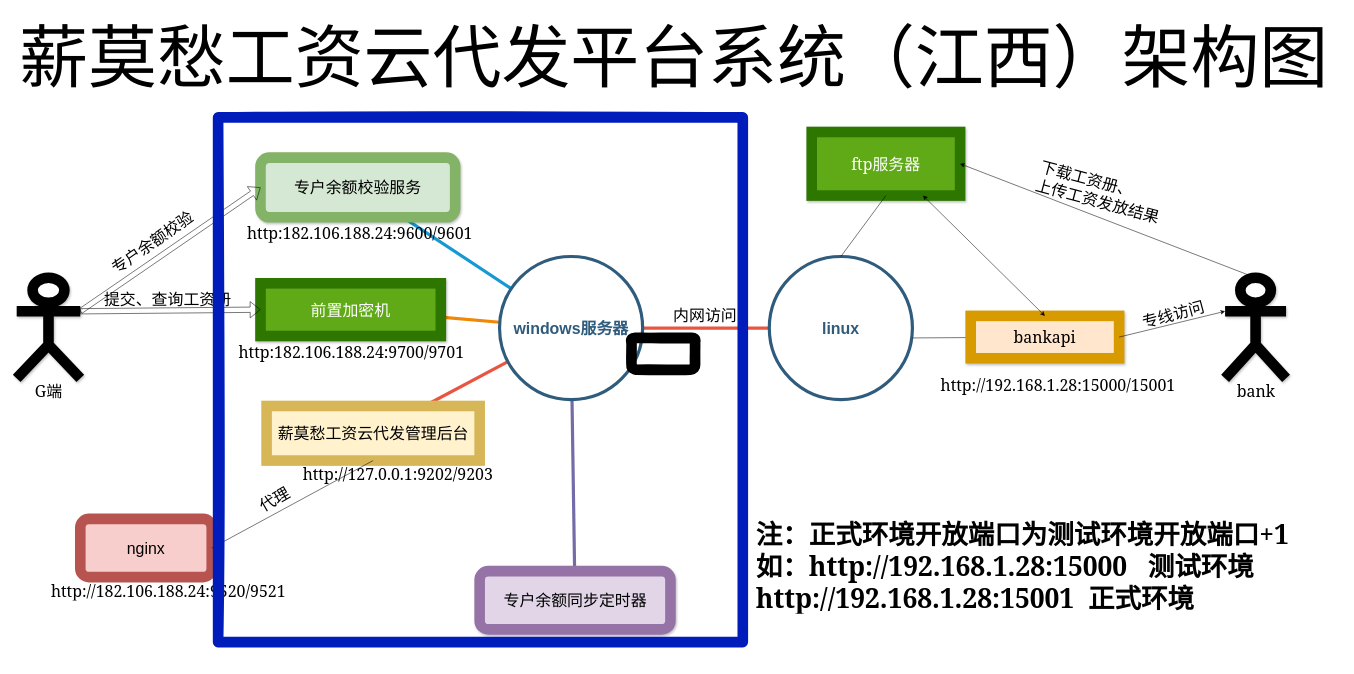
jun7891/test01 keeps this draw.io diagram as Untitled Diagram.drawio. Above is the earlier version. Source tidied: cells renumbered, new cells numbered last; positions are measured from the earlier drawing's top-left corner, leaving out a move shared by most shapes. Both pictures are drawn from the tidied source at 53%, with x=0, y=0 at pixel (16, 20).
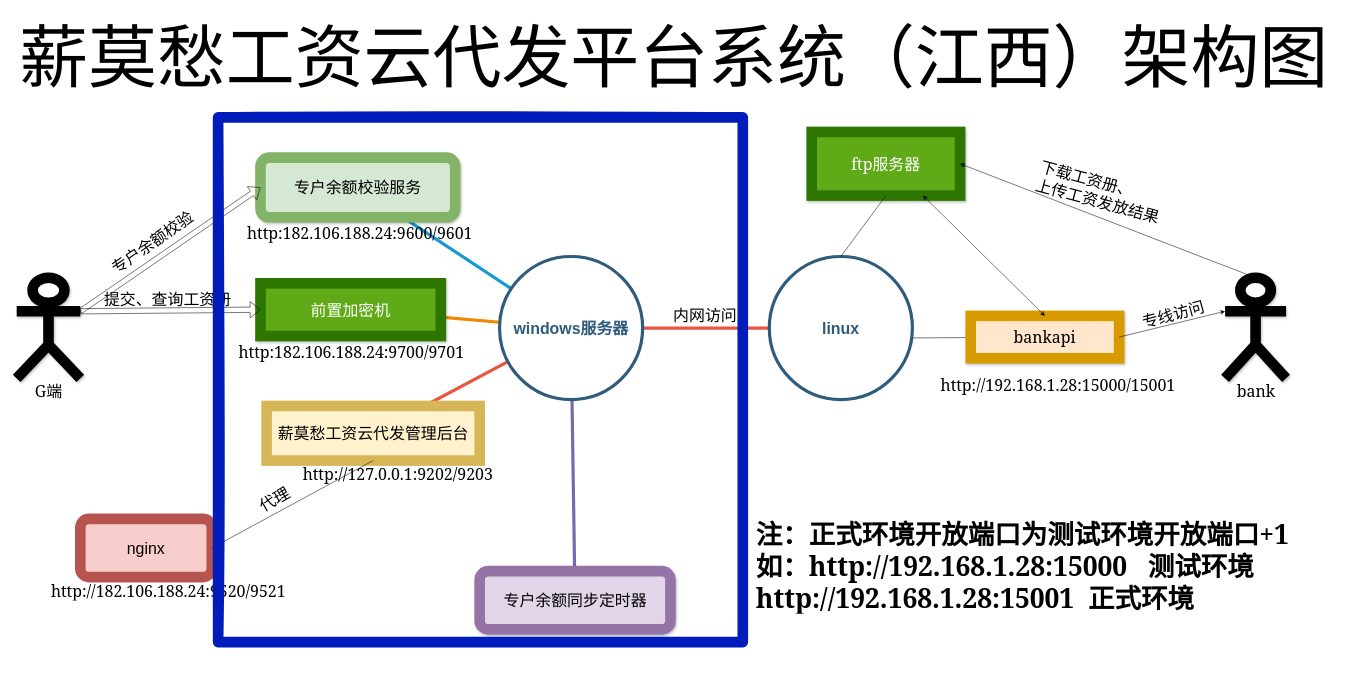
After the change.

The edit, as a diff of the source:
```diff
@@
-    <mxCell id="40" style="rounded=1;whiteSpace=wrap;html=1;shadow=0;glass=0;sketch=1;fontFamily=Georgia;fontSize=50;strokeWidth=20;fillColor=none;gradientColor=none;" parent="1" vertex="1">
-      <mxGeometry x="1160" y="600" width="120" height="60" as="geometry" />
-    </mxCell>
```
